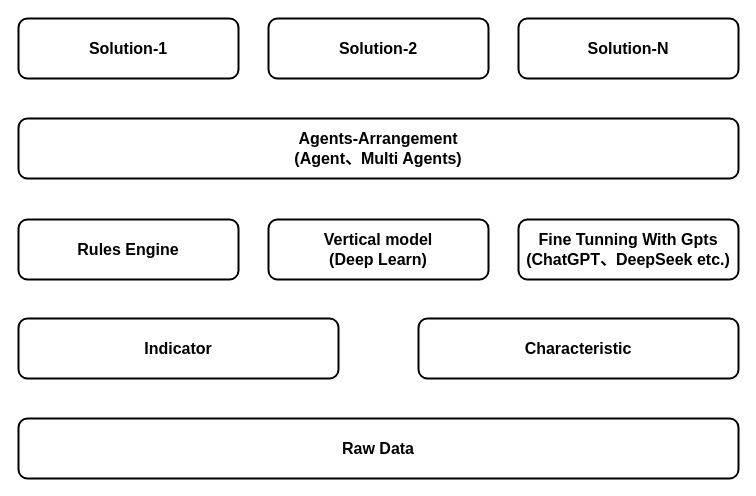
Above: page "Layered Architecture" (1 of 3) of ai solution.drawio in jackie-thank/beego-authz (draw.io), before the change. Source tidied: cells renumbered, new cells numbered last; positions are measured from the earlier drawing's top-left corner, leaving out a move shared by most shapes. Both pictures are drawn from the tidied source at 100%, with x=0, y=0 at pixel (18, 18).
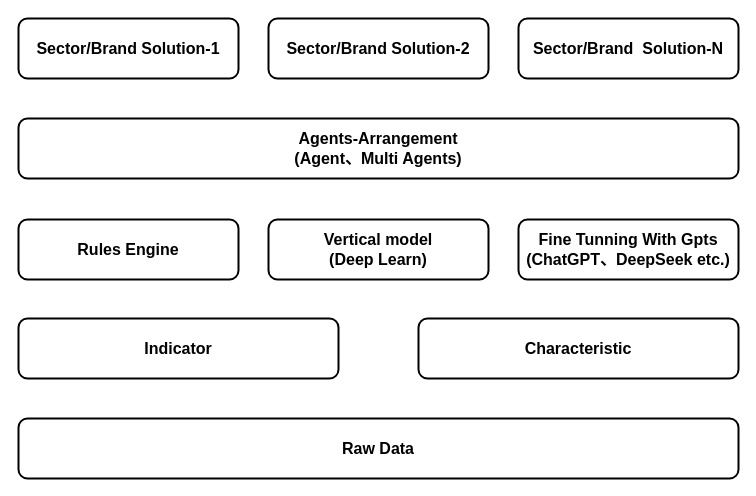
Above is the later version.

Diff of the diagram source:
```diff
@@
 <mxGraphModel>
   <root>
     <mxCell id="0" />
     <mxCell id="1" parent="0" />
     <mxCell id="2" value="Raw Data" style="rounded=1;whiteSpace=wrap;html=1;fontSize=16;fontStyle=1;strokeWidth=2;" parent="1" vertex="1">
       <mxGeometry y="400" width="720" height="60" as="geometry" />
     </mxCell>
     <mxCell id="3" value="Indicator" style="rounded=1;whiteSpace=wrap;html=1;fontSize=16;fontStyle=1;strokeWidth=2;" parent="1" vertex="1">
       <mxGeometry y="300" width="320" height="60" as="geometry" />
     </mxCell>
     <mxCell id="4" value="Characteristic" style="rounded=1;whiteSpace=wrap;html=1;fontSize=16;fontStyle=1;strokeWidth=2;" parent="1" vertex="1">
       <mxGeometry x="400" y="300" width="320" height="60" as="geometry" />
     </mxCell>
     <mxCell id="5" value="Rules Engine" style="rounded=1;whiteSpace=wrap;html=1;strokeWidth=2;fontSize=16;fontStyle=1;" parent="1" vertex="1">
       <mxGeometry y="201" width="220" height="60" as="geometry" />
     </mxCell>
     <mxCell id="6" value="&lt;div&gt;Vertical model&lt;/div&gt;&lt;div&gt;(Deep Learn)&lt;/div&gt;" style="rounded=1;whiteSpace=wrap;html=1;strokeWidth=2;fontSize=16;fontStyle=1;" parent="1" vertex="1">
       <mxGeometry x="250" y="201" width="220" height="60" as="geometry" />
     </mxCell>
     <mxCell id="7" value="&lt;div&gt;Fine Tunning With Gpts&lt;/div&gt;&lt;div&gt;(ChatGPT、DeepSeek etc.)&lt;/div&gt;" style="rounded=1;whiteSpace=wrap;html=1;strokeWidth=2;fontSize=16;fontStyle=1;" parent="1" vertex="1">
       <mxGeometry x="500" y="201" width="220" height="60" as="geometry" />
     </mxCell>
     <mxCell id="8" value="&lt;div&gt;Agents-Arrangement&lt;/div&gt;&lt;div&gt;(Agent、Multi Agents)&lt;/div&gt;" style="rounded=1;whiteSpace=wrap;html=1;fontSize=16;fontStyle=1;strokeWidth=2;" parent="1" vertex="1">
       <mxGeometry y="100" width="720" height="60" as="geometry" />
     </mxCell>
-    <mxCell id="9" value="Solution-1" style="rounded=1;whiteSpace=wrap;html=1;strokeWidth=2;fontSize=16;fontStyle=1;" parent="1" vertex="1">
+    <mxCell id="9" value="Sector/Brand Solution-1" style="rounded=1;whiteSpace=wrap;html=1;strokeWidth=2;fontSize=16;fontStyle=1;" parent="1" vertex="1">
       <mxGeometry width="220" height="60" as="geometry" />
     </mxCell>
-    <mxCell id="10" value="Solution-2" style="rounded=1;whiteSpace=wrap;html=1;strokeWidth=2;fontSize=16;fontStyle=1;" parent="1" vertex="1">
+    <mxCell id="10" value="Sector/Brand Solution-2" style="rounded=1;whiteSpace=wrap;html=1;strokeWidth=2;fontSize=16;fontStyle=1;" parent="1" vertex="1">
       <mxGeometry x="250" width="220" height="60" as="geometry" />
     </mxCell>
-    <mxCell id="11" value="Solution-N" style="rounded=1;whiteSpace=wrap;html=1;strokeWidth=2;fontSize=16;fontStyle=1;" parent="1" vertex="1">
+    <mxCell id="11" value="Sector/Brand&amp;nbsp; Solution-N" style="rounded=1;whiteSpace=wrap;html=1;strokeWidth=2;fontSize=16;fontStyle=1;" parent="1" vertex="1">
       <mxGeometry x="500" width="220" height="60" as="geometry" />
     </mxCell>
   </root>
 </mxGraphModel>
```
